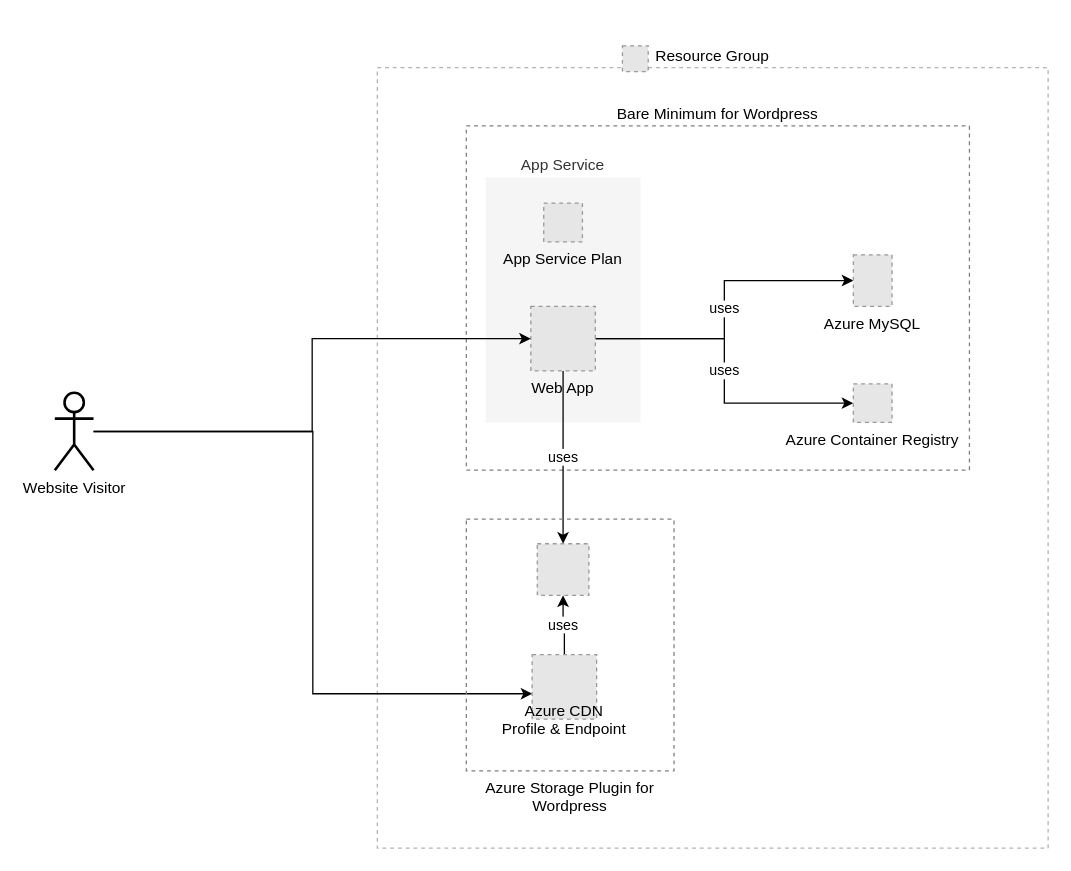
The draw.io diagram azure-architecture.drawio in julie-ng/wordpress-on-azure, before the edit. Source tidied: cells renumbered, new cells numbered last; positions are measured from the earlier drawing's top-left corner, leaving out a move shared by most shapes. Both pictures are drawn from the tidied source at 129%, with x=0, y=0 at pixel (54, 45). Pictures stored in the file or linked from it are replaced by grey dashed boxes.
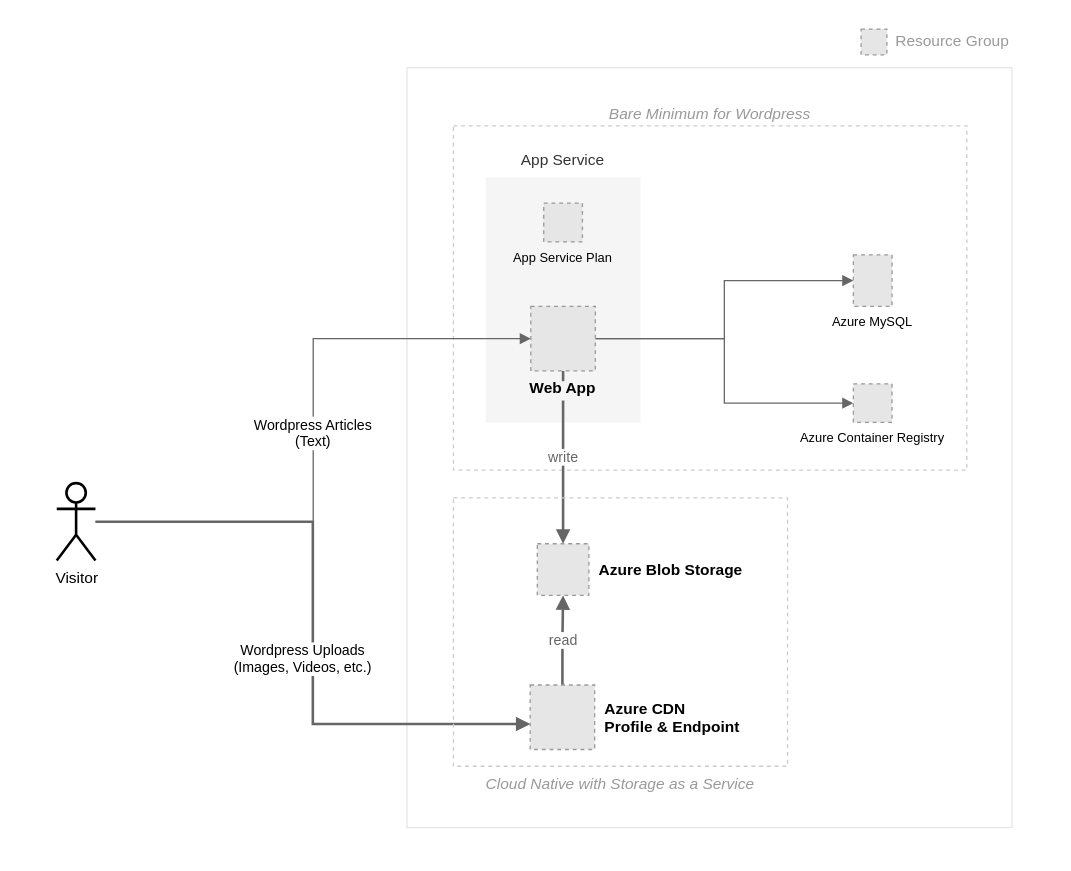
After the change.

Commit message (it also covers changes not shown here):
docs(readme): update architecture diagram, add missing blob storage label, paths

What changed in the source:
```diff
@@
-    <mxCell id="2" value="Resource Group" style="rounded=0;whiteSpace=wrap;html=1;fillColor=none;dashed=1;strokeColor=#B3B3B3;labelPosition=center;verticalLabelPosition=top;align=center;verticalAlign=bottom;" parent="1" vertex="1">
-      <mxGeometry x="250" y="17" width="520" height="605" as="geometry" />
+    <mxCell id="2" style="rounded=0;whiteSpace=wrap;html=1;fillColor=none;strokeColor=#E6E6E6;labelPosition=center;verticalLabelPosition=top;align=center;verticalAlign=bottom;" parent="1" vertex="1">
+      <mxGeometry x="273" y="17" width="469" height="589" as="geometry" />
     </mxCell>
-    <mxCell id="3" style="fillColor=#E6E6E6;strokeColor=#999999;dashed=1;" parent="1" vertex="1">
-      <mxGeometry x="440" width="20" height="20" as="geometry" />
+    <mxCell id="3" style="fillColor=#E6E6E6;strokeColor=#999999;dashed=1;verticalAlign=middle;" parent="1" vertex="1">
+      <mxGeometry x="625" y="-13" width="20" height="20" as="geometry" />
     </mxCell>
+    <mxCell id="22" value="Resource Group" style="text;html=1;align=right;verticalAlign=middle;fontColor=#999999;" parent="1" vertex="1">
+      <mxGeometry x="631" y="-18" width="110" height="30" as="geometry" />
+    </mxCell>
@@
-    <mxCell id="5" value="Bare Minimum for Wordpress" style="rounded=0;whiteSpace=wrap;html=1;dashed=1;strokeColor=#808080;fillColor=none;labelPosition=center;verticalLabelPosition=top;align=center;verticalAlign=bottom;" parent="4" vertex="1">
-      <mxGeometry x="319" y="62" width="390" height="267" as="geometry" />
+    <mxCell id="5" value="Bare Minimum for Wordpress" style="rounded=0;whiteSpace=wrap;html=1;dashed=1;strokeColor=#CCCCCC;fillColor=none;labelPosition=center;verticalLabelPosition=top;align=center;verticalAlign=bottom;fontColor=#999999;fontStyle=2;" parent="4" vertex="1">
+      <mxGeometry x="309" y="62" width="398" height="267" as="geometry" />
     </mxCell>
-    <mxCell id="6" value="App Service" style="rounded=0;whiteSpace=wrap;html=1;strokeColor=none;fillColor=#f5f5f5;labelPosition=center;verticalLabelPosition=top;align=center;verticalAlign=bottom;fontColor=#333333;dashed=1;" parent="4" vertex="1">
+    <mxCell id="6" value="App Service" style="rounded=0;whiteSpace=wrap;html=1;strokeColor=none;fillColor=#F5F5F5;labelPosition=center;verticalLabelPosition=top;align=center;verticalAlign=bottom;fontColor=#333333;dashed=1;spacingBottom=4;" parent="4" vertex="1">
       <mxGeometry x="334" y="102" width="120" height="190" as="geometry" />
     </mxCell>
-    <mxCell id="7" value="uses" style="edgeStyle=orthogonalEdgeStyle;rounded=0;jettySize=auto;html=1;" parent="4" edge="1" source="10" target="13">
+    <mxCell id="7" style="edgeStyle=orthogonalEdgeStyle;rounded=0;jettySize=auto;html=1;endArrow=block;endFill=1;fontColor=#999999;strokeColor=#666666;strokeWidth=1;" parent="4" edge="1" source="10" target="13">
       <mxGeometry relative="1" as="geometry" />
     </mxCell>
-    <mxCell id="8" value="uses" style="edgeStyle=orthogonalEdgeStyle;rounded=0;jettySize=auto;html=1;entryX=0;entryY=0.5;entryDx=0;entryDy=0;" parent="4" edge="1" source="10" target="12">
+    <mxCell id="8" style="edgeStyle=orthogonalEdgeStyle;rounded=0;jettySize=auto;html=1;entryX=0;entryY=0.5;entryDx=0;entryDy=0;endArrow=block;endFill=1;fontColor=#999999;strokeColor=#666666;strokeWidth=1;" parent="4" edge="1" source="10" target="12">
       <mxGeometry relative="1" as="geometry" />
     </mxCell>
-    <mxCell id="9" value="uses" style="edgeStyle=orthogonalEdgeStyle;rounded=0;jettySize=auto;html=1;" parent="4" edge="1" source="10" target="20">
+    <mxCell id="9" value="write" style="edgeStyle=orthogonalEdgeStyle;rounded=0;jettySize=auto;html=1;endArrow=block;endFill=1;fontColor=#666666;strokeColor=#666666;strokeWidth=2;" parent="4" edge="1" source="10" target="20">
       <mxGeometry relative="1" as="geometry" />
     </mxCell>
-    <mxCell id="10" value="Web App" style="fillColor=#E6E6E6;strokeColor=#999999;dashed=1;verticalLabelPosition=bottom;verticalAlign=top;" parent="4" vertex="1">
+    <mxCell id="10" value="Web App" style="fillColor=#E6E6E6;strokeColor=#999999;dashed=1;verticalLabelPosition=bottom;verticalAlign=top;labelBackgroundColor=#F5F5F5;fontStyle=1;" parent="4" vertex="1">
       <mxGeometry x="369" y="202" width="50" height="50" as="geometry" />
     </mxCell>
-    <mxCell id="11" value="App Service Plan" style="fillColor=#E6E6E6;strokeColor=#999999;dashed=1;labelPosition=center;verticalLabelPosition=bottom;align=center;verticalAlign=top;" parent="4" vertex="1">
+    <mxCell id="11" value="App Service Plan" style="fillColor=#E6E6E6;strokeColor=#999999;dashed=1;labelPosition=center;verticalLabelPosition=bottom;align=center;verticalAlign=top;fontSize=10;" parent="4" vertex="1">
       <mxGeometry x="379" y="122" width="30" height="30" as="geometry" />
     </mxCell>
-    <mxCell id="12" value="Azure Container Registry&#10;" style="fillColor=#E6E6E6;strokeColor=#999999;dashed=1;verticalAlign=top;labelPosition=center;verticalLabelPosition=bottom;align=center;" parent="4" vertex="1">
+    <mxCell id="12" value="Azure Container Registry&#10;" style="fillColor=#E6E6E6;strokeColor=#999999;dashed=1;verticalAlign=top;labelPosition=center;verticalLabelPosition=bottom;align=center;fontSize=10;" parent="4" vertex="1">
       <mxGeometry x="619" y="262" width="30" height="30" as="geometry" />
     </mxCell>
-    <mxCell id="13" value="Azure MySQL" style="fillColor=#E6E6E6;strokeColor=#999999;dashed=1;labelPosition=center;verticalLabelPosition=bottom;align=center;verticalAlign=top;" parent="4" vertex="1">
+    <mxCell id="13" value="Azure MySQL" style="fillColor=#E6E6E6;strokeColor=#999999;dashed=1;labelPosition=center;verticalLabelPosition=bottom;align=center;verticalAlign=top;fontSize=10;" parent="4" vertex="1">
       <mxGeometry x="619" y="162" width="30" height="40" as="geometry" />
     </mxCell>
-    <mxCell id="14" value="uses" style="edgeStyle=orthogonalEdgeStyle;rounded=0;jettySize=auto;html=1;entryX=0.5;entryY=1;entryDx=0;entryDy=0;" parent="4" edge="1" source="21" target="20">
+    <mxCell id="14" value="read" style="edgeStyle=orthogonalEdgeStyle;rounded=0;jettySize=auto;html=1;entryX=0.5;entryY=1;entryDx=0;entryDy=0;endArrow=block;endFill=1;exitX=0.5;exitY=0;exitDx=0;exitDy=0;fontColor=#666666;strokeColor=#666666;strokeWidth=2;" parent="4" edge="1" source="21" target="20">
       <mxGeometry relative="1" as="geometry" />
     </mxCell>
-    <mxCell id="15" style="edgeStyle=orthogonalEdgeStyle;rounded=0;jettySize=auto;html=1;entryX=0;entryY=0.5;entryDx=0;entryDy=0;" parent="4" edge="1" source="17" target="10">
+    <mxCell id="15" style="edgeStyle=orthogonalEdgeStyle;rounded=0;jettySize=auto;html=1;entryX=0;entryY=0.5;entryDx=0;entryDy=0;endArrow=block;endFill=1;strokeColor=#666666;strokeWidth=1;" parent="4" edge="1" source="17" target="10">
       <mxGeometry relative="1" as="geometry" />
     </mxCell>
-    <mxCell id="16" style="edgeStyle=orthogonalEdgeStyle;rounded=0;jettySize=auto;html=1;entryX=0.003;entryY=0.606;entryDx=0;entryDy=0;entryPerimeter=0;" parent="4" edge="1" source="17" target="21">
+    <mxCell id="16" style="edgeStyle=orthogonalEdgeStyle;rounded=0;jettySize=auto;html=1;entryX=0.003;entryY=0.606;entryDx=0;entryDy=0;entryPerimeter=0;endArrow=block;endFill=1;strokeColor=#666666;fontSize=11;strokeWidth=2;" parent="4" edge="1" source="17" target="21">
       <mxGeometry relative="1" as="geometry" />
     </mxCell>
-    <mxCell id="17" value="Website Visitor" style="shape=umlActor;verticalLabelPosition=bottom;labelBackgroundColor=#ffffff;verticalAlign=top;html=1;outlineConnect=0;strokeColor=#000000;fillColor=none;align=center;strokeWidth=2;" parent="4" vertex="1">
-      <mxGeometry y="269" width="30" height="60" as="geometry" />
+    <mxCell id="17" value="Visitor" style="shape=umlActor;verticalLabelPosition=bottom;labelBackgroundColor=#ffffff;verticalAlign=top;html=1;outlineConnect=0;strokeColor=#000000;fillColor=none;align=center;strokeWidth=2;" parent="4" vertex="1">
+      <mxGeometry x="1.5" y="339" width="30" height="60" as="geometry" />
     </mxCell>
@@
-    <mxCell id="19" value="Azure Storage Plugin for Wordpress" style="rounded=0;whiteSpace=wrap;html=1;dashed=1;strokeColor=#808080;fillColor=none;labelPosition=center;verticalLabelPosition=bottom;align=center;verticalAlign=top;" parent="18" vertex="1">
-      <mxGeometry x="319" y="367" width="161" height="195" as="geometry" />
+    <mxCell id="19" value="Cloud Native with Storage as a Service" style="rounded=0;whiteSpace=wrap;html=1;dashed=1;strokeColor=#CCCCCC;fillColor=none;labelPosition=center;verticalLabelPosition=bottom;align=center;verticalAlign=top;fontStyle=2;fontColor=#999999;" parent="18" vertex="1">
+      <mxGeometry x="309" y="350.5" width="259" height="208" as="geometry" />
     </mxCell>
-    <mxCell id="20" style="fillColor=#E6E6E6;strokeColor=#999999;dashed=1;verticalLabelPosition=bottom;verticalAlign=top;" parent="18" vertex="1">
+    <mxCell id="20" value="Azure Blob Storage" style="fillColor=#E6E6E6;strokeColor=#999999;dashed=1;verticalLabelPosition=middle;verticalAlign=middle;labelPosition=right;align=left;spacingLeft=6;fontStyle=1;fontColor=#000000;" parent="18" vertex="1">
       <mxGeometry x="374" y="386" width="40" height="40" as="geometry" />
     </mxCell>
-    <mxCell id="21" value="Azure CDN&#10;Profile &amp; Endpoint" style="fillColor=#E6E6E6;strokeColor=#999999;dashed=1;labelPosition=center;verticalLabelPosition=bottom;align=center;verticalAlign=top;spacingTop=-20;" parent="18" vertex="1">
-      <mxGeometry x="370" y="472" width="50" height="50" as="geometry" />
+    <mxCell id="21" value="Azure CDN&#10;Profile &amp; Endpoint" style="fillColor=#E6E6E6;strokeColor=#999999;dashed=1;labelPosition=right;verticalLabelPosition=middle;align=left;verticalAlign=middle;spacingTop=0;spacingLeft=6;fontStyle=1;" parent="18" vertex="1">
+      <mxGeometry x="368.5" y="495.5" width="50" height="50" as="geometry" />
     </mxCell>
+    <mxCell id="23" parent="0" />
+    <mxCell id="24" value="Wordpress Uploads&lt;br&gt;(Images, Videos, etc.)" style="text;html=1;align=center;verticalAlign=top;spacingTop=-4;fontSize=11;fontColor=#000000;labelBackgroundColor=#ffffff;" parent="23" vertex="1">
+      <mxGeometry x="133.5" y="460" width="117" height="26" as="geometry" />
+    </mxCell>
+    <mxCell id="25" value="Wordpress Articles&lt;br&gt;(Text)" style="text;html=1;align=center;verticalAlign=top;spacingTop=-4;fontSize=11;fontColor=#000000;labelBackgroundColor=#ffffff;" parent="23" vertex="1">
+      <mxGeometry x="148.5" y="285" width="102" height="26" as="geometry" />
+    </mxCell>
```
